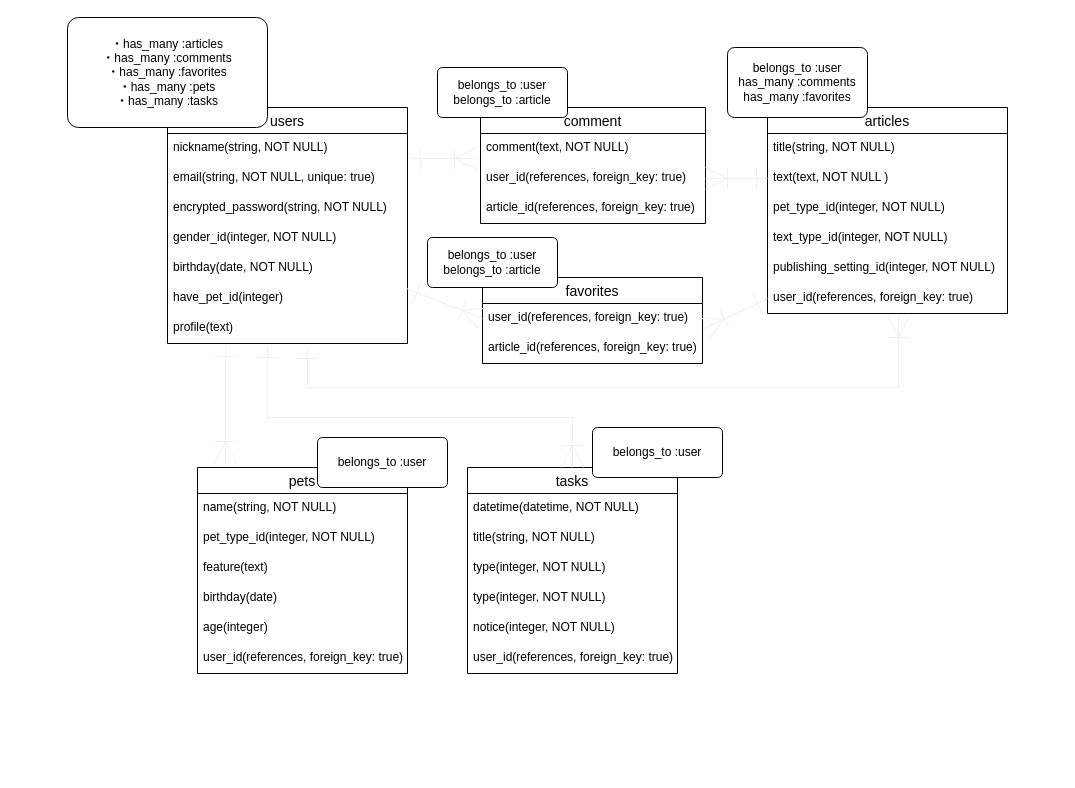
The draw.io diagram ER.dio in ironkazutoyo/animalink, before the edit. Source tidied: cells renumbered, new cells numbered last; positions are measured from the earlier drawing's top-left corner, leaving out a move shared by most shapes. Both pictures are drawn from the tidied source at 100%, with x=0, y=0 at pixel (67, 17).
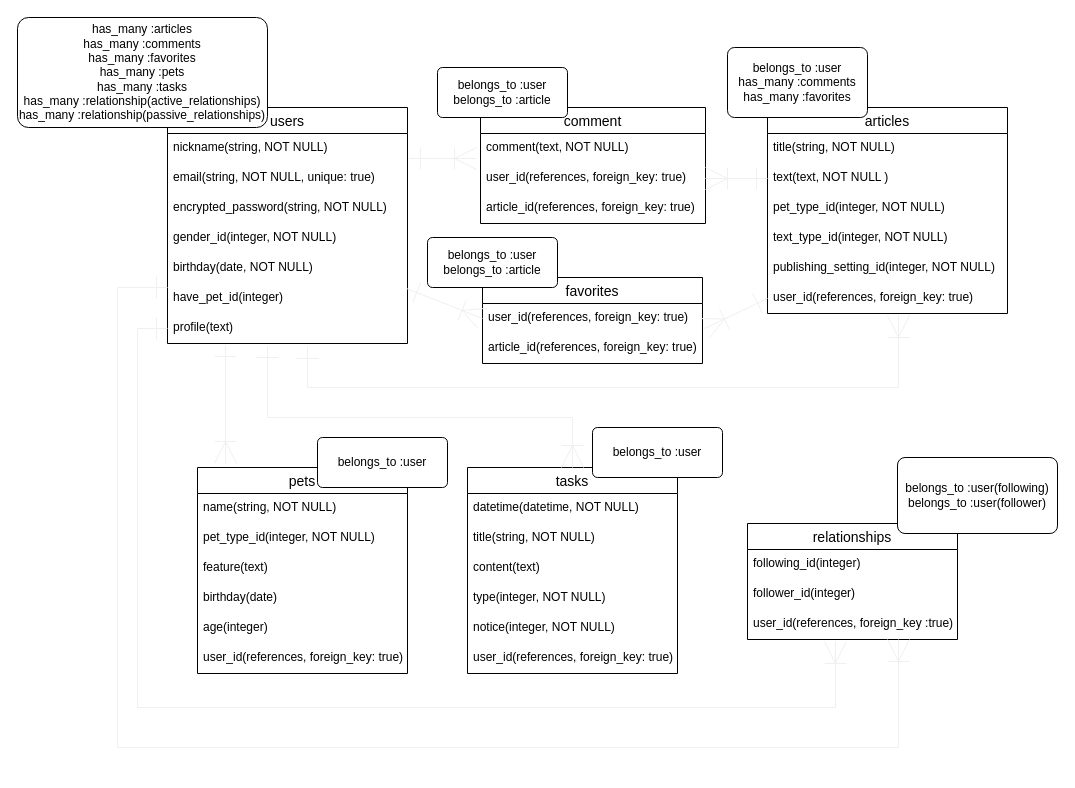
The same page after the edit.

Commit message (it also covers changes not shown here):
READMEとER図にrelationsテーブル追加

Unchanged cells that the change refers to:
```xml
<mxCell id="8" value="have_pet_id(integer)" style="text;strokeColor=none;fillColor=none;spacingLeft=4;spacingRight=4;overflow=hidden;points=[[0,0.5],[1,0.5]];portConstraint=eastwest;fontSize=12;" parent="2" vertex="1">
  <mxGeometry y="176" width="240" height="30" as="geometry" />
</mxCell>
<mxCell id="9" value="profile(text)" style="text;strokeColor=none;fillColor=none;spacingLeft=4;spacingRight=4;overflow=hidden;points=[[0,0.5],[1,0.5]];portConstraint=eastwest;fontSize=12;" parent="2" vertex="1">
  <mxGeometry y="206" width="240" height="30" as="geometry" />
</mxCell>
<mxCell id="31" value="tasks" style="swimlane;fontStyle=0;horizontal=1;startSize=26;align=center;fontSize=14;" parent="1" vertex="1">
  <mxGeometry x="400" y="450" width="210" height="206" as="geometry" />
</mxCell>
```

The edit, as a diff of the source:
```diff
@@
-    <mxCell id="34" value="type(integer, NOT NULL)" style="text;strokeColor=none;fillColor=none;spacingLeft=4;spacingRight=4;overflow=hidden;fontSize=12;" parent="31" vertex="1">
+    <mxCell id="34" value="content(text)" style="text;strokeColor=none;fillColor=none;spacingLeft=4;spacingRight=4;overflow=hidden;fontSize=12;" parent="31" vertex="1">
       <mxGeometry y="86" width="210" height="30" as="geometry" />
     </mxCell>
@@
-    <mxCell id="45" value="・has_many :articles&lt;br&gt;・has_many :comments&lt;br&gt;・has_many :favorites&lt;br&gt;・has_many :pets&lt;br&gt;・has_many :tasks" style="rounded=1;arcSize=10;whiteSpace=wrap;html=1;align=center;" parent="1" vertex="1">
-      <mxGeometry width="200" height="110" as="geometry" />
+    <mxCell id="45" value="has_many :articles&lt;br&gt;has_many :comments&lt;br&gt;has_many :favorites&lt;br&gt;has_many :pets&lt;br&gt;has_many :tasks&lt;br&gt;has_many :relationship(active_relationships)&lt;br&gt;has_many :relationship(passive_relationships)" style="rounded=1;arcSize=10;whiteSpace=wrap;html=1;align=center;" parent="1" vertex="1">
+      <mxGeometry x="-50" width="250" height="110" as="geometry" />
     </mxCell>
@@
+    <mxCell id="51" value="relationships" style="swimlane;fontStyle=0;horizontal=1;startSize=26;align=center;fontSize=14;" parent="1" vertex="1">
+      <mxGeometry x="680" y="506" width="210" height="116" as="geometry" />
+    </mxCell>
+    <mxCell id="52" value="following_id(integer)" style="text;strokeColor=none;fillColor=none;spacingLeft=4;spacingRight=4;overflow=hidden;fontSize=12;" parent="51" vertex="1">
+      <mxGeometry y="26" width="210" height="30" as="geometry" />
+    </mxCell>
+    <mxCell id="53" value="follower_id(integer)" style="text;strokeColor=none;fillColor=none;spacingLeft=4;spacingRight=4;overflow=hidden;fontSize=12;" parent="51" vertex="1">
+      <mxGeometry y="56" width="210" height="30" as="geometry" />
+    </mxCell>
+    <mxCell id="54" value="user_id(references, foreign_key :true)" style="text;strokeColor=none;fillColor=none;spacingLeft=4;spacingRight=4;overflow=hidden;points=[[0,0.5],[1,0.5]];portConstraint=eastwest;fontSize=12;" parent="51" vertex="1">
+      <mxGeometry y="86" width="210" height="30" as="geometry" />
+    </mxCell>
+    <mxCell id="55" style="fontSize=12;html=1;endArrow=ERoneToMany;strokeColor=#f0f0f0;targetPerimeterSpacing=0;startArrow=ERone;startFill=0;endSize=20;startSize=20;rounded=0;exitX=0;exitY=0.5;exitDx=0;exitDy=0;edgeStyle=orthogonalEdgeStyle;entryX=0.419;entryY=1.067;entryDx=0;entryDy=0;entryPerimeter=0;" parent="1" edge="1" source="9" target="54">
+      <mxGeometry relative="1" as="geometry">
+        <Array as="points">
+          <mxPoint x="70" y="311" />
+          <mxPoint x="70" y="690" />
+          <mxPoint x="768" y="690" />
+        </Array>
+      </mxGeometry>
+    </mxCell>
+    <mxCell id="56" style="fontSize=12;html=1;endArrow=ERoneToMany;strokeColor=#f0f0f0;targetPerimeterSpacing=0;startArrow=ERone;startFill=0;endSize=20;startSize=20;rounded=0;edgeStyle=orthogonalEdgeStyle;" parent="1" edge="1" source="8" target="54">
+      <mxGeometry relative="1" as="geometry">
+        <Array as="points">
+          <mxPoint x="50" y="270" />
+          <mxPoint x="50" y="730" />
+          <mxPoint x="831" y="730" />
+        </Array>
+      </mxGeometry>
+    </mxCell>
+    <mxCell id="57" value="belongs_to :user(following)&lt;br&gt;belongs_to :user(follower)" style="rounded=1;arcSize=10;whiteSpace=wrap;html=1;align=center;" parent="1" vertex="1">
+      <mxGeometry x="830" y="440" width="160" height="76" as="geometry" />
+    </mxCell>
```
